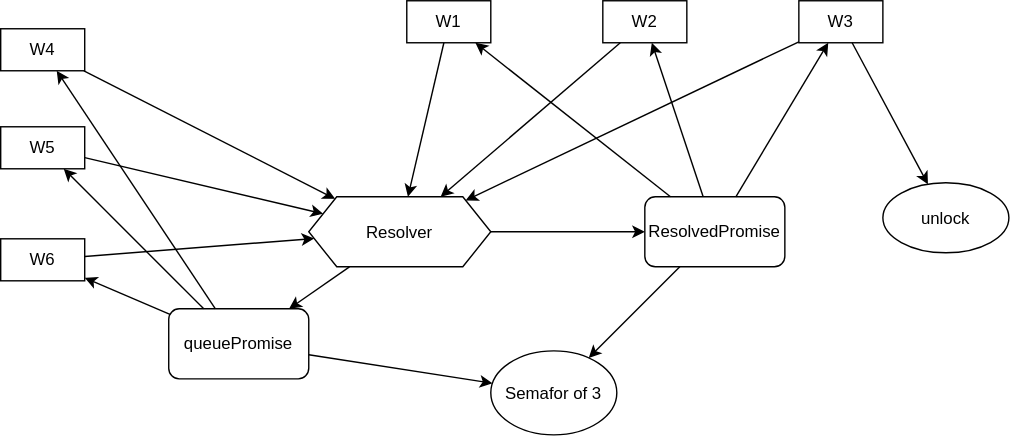
Above: База/Конкурентность/semafor/semafor.drawio.svg in kosukhin/catalog (draw.io), before the change. Source tidied: cells renumbered, new cells last; positions are measured from the earlier drawing's top-left corner, leaving out a move shared by most shapes.
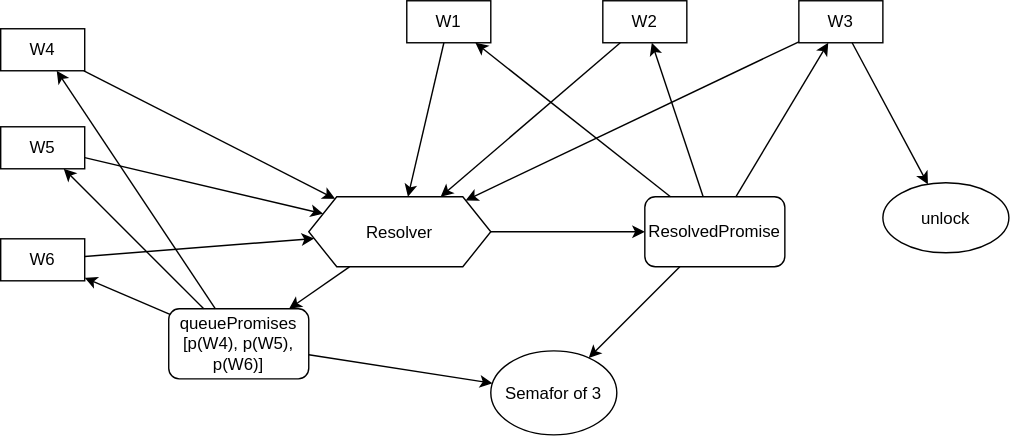
After the change.

The edit, as a diff of the source:
```diff
@@ -17,7 +17,7 @@
     <mxCell id="6" value="ResolvedPromise" style="rounded=1;whiteSpace=wrap;html=1;roundedPerimeter=1;" parent="1" vertex="1">
       <mxGeometry x="460" y="140" width="100" height="50" as="geometry" />
     </mxCell>
-    <mxCell id="7" value="queuePromise" style="rounded=1;whiteSpace=wrap;html=1;roundedPerimeter=1;" parent="1" vertex="1">
+    <mxCell id="7" value="queuePromises&lt;div&gt;[p(W4), p(W5), p(W6)]&lt;/div&gt;" style="rounded=1;whiteSpace=wrap;html=1;roundedPerimeter=1;" parent="1" vertex="1">
       <mxGeometry x="120" y="220" width="100" height="50" as="geometry" />
     </mxCell>
     <mxCell id="8" value="Resolver" style="shape=hexagon;perimeter=hexagonPerimeter2;whiteSpace=wrap;html=1;shapeInside=1;fixedSize=1;" parent="1" vertex="1">
```
